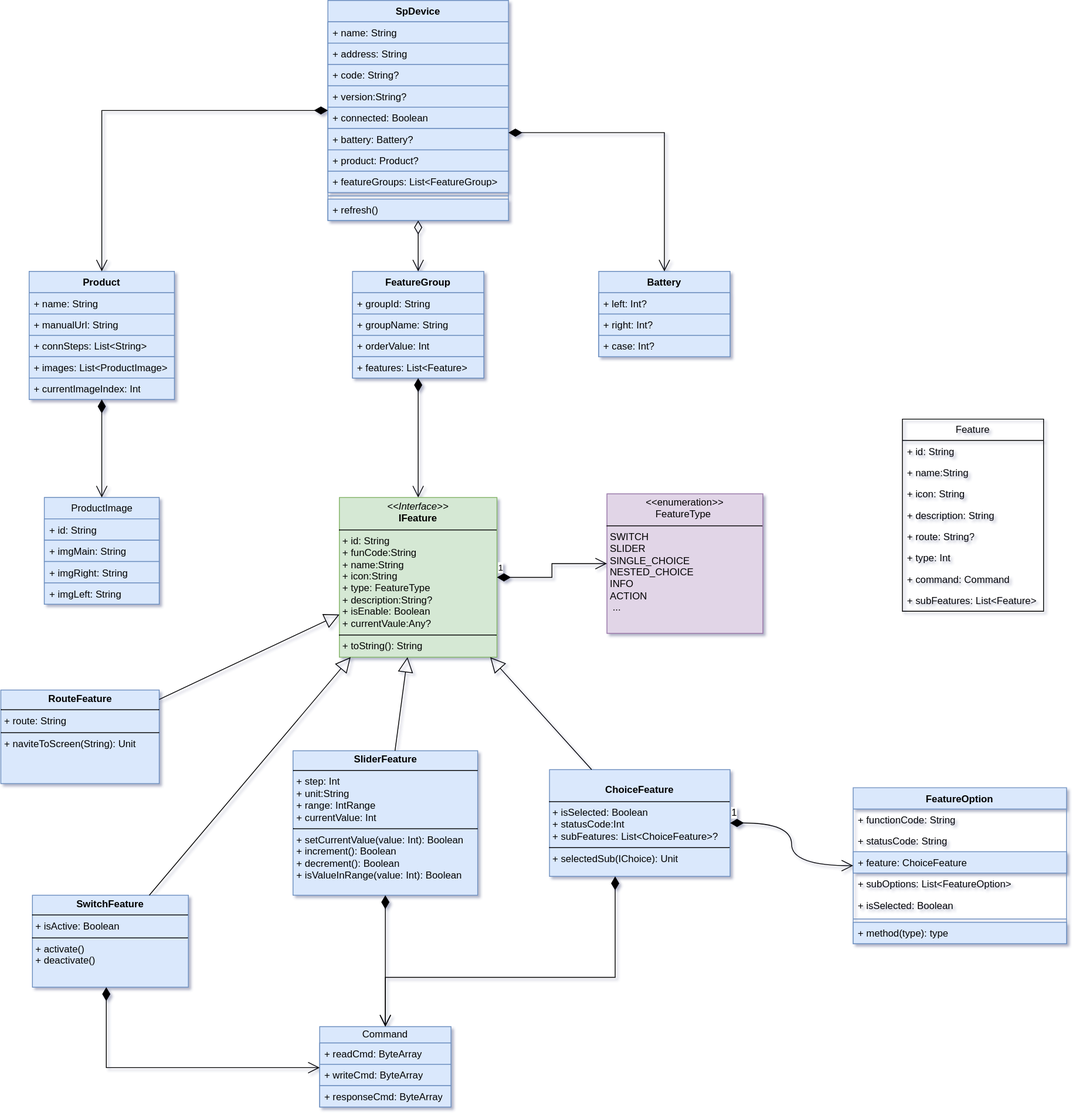
Earlier version of the draw.io export sp-device.drawio.svg (kekemao00/draw-libs). Source tidied: cells renumbered, new cells last; positions are measured from the earlier drawing's top-left corner, leaving out a move shared by most shapes.
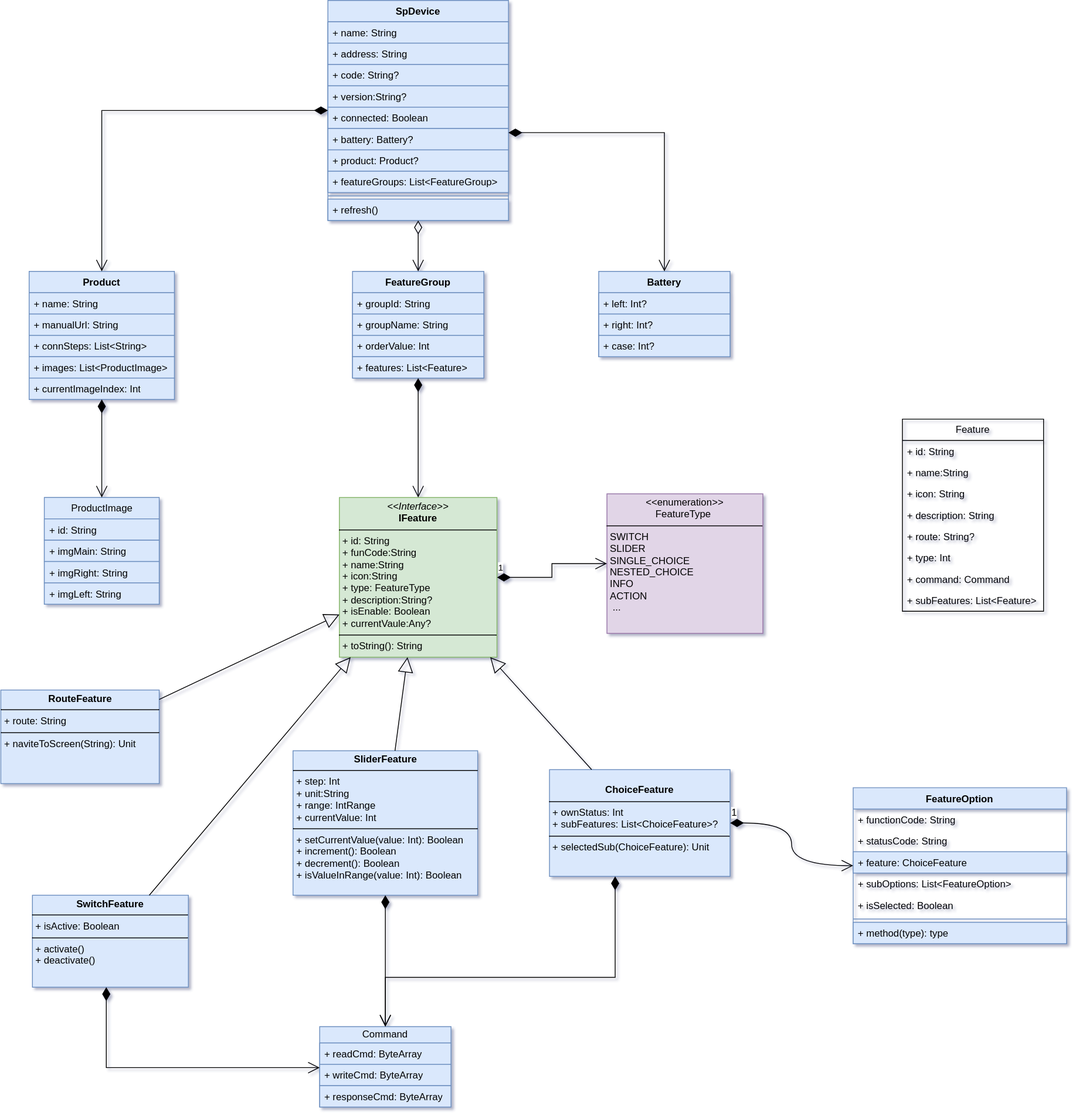
The same file after the commit.

What changed in the source:
```diff
@@ -140,7 +140,7 @@
     <mxCell id="47" value="&lt;p style=&quot;margin:0px;margin-top:4px;text-align:center;&quot;&gt;&lt;b&gt;RouteFeature&lt;/b&gt;&lt;/p&gt;&lt;hr size=&quot;1&quot; style=&quot;border-style:solid;&quot;&gt;&lt;p style=&quot;margin:0px;margin-left:4px;&quot;&gt;+ route: String&lt;/p&gt;&lt;hr size=&quot;1&quot; style=&quot;border-style:solid;&quot;&gt;&lt;p style=&quot;margin:0px;margin-left:4px;&quot;&gt;+ naviteToScreen(String): Unit&lt;br&gt;&lt;/p&gt;" style="verticalAlign=top;align=left;overflow=fill;html=1;whiteSpace=wrap;fillColor=#dae8fc;strokeColor=#6c8ebf;" parent="1" vertex="1">
       <mxGeometry x="-0.5" y="840" width="193" height="114" as="geometry" />
     </mxCell>
-    <mxCell id="48" value="&lt;p style=&quot;margin:0px;margin-top:4px;text-align:center;&quot;&gt;&lt;br&gt;&lt;b&gt;ChoiceFeature&lt;/b&gt;&lt;/p&gt;&lt;hr size=&quot;1&quot; style=&quot;border-style:solid;&quot;&gt;&lt;p style=&quot;margin:0px;margin-left:4px;&quot;&gt;+ isSelected: Boolean&lt;br&gt;+ statusCode:Int&lt;br&gt;+ subFeatures: List&amp;lt;ChoiceFeature&amp;gt;?&lt;/p&gt;&lt;hr size=&quot;1&quot; style=&quot;border-style:solid;&quot;&gt;&lt;p style=&quot;margin:0px;margin-left:4px;&quot;&gt;+ selectedSub(IChoice): Unit&lt;br&gt;&lt;/p&gt;" style="verticalAlign=top;align=left;overflow=fill;html=1;whiteSpace=wrap;fillColor=#dae8fc;strokeColor=#6c8ebf;" parent="1" vertex="1">
+    <mxCell id="48" value="&lt;p style=&quot;margin:0px;margin-top:4px;text-align:center;&quot;&gt;&lt;br&gt;&lt;b&gt;ChoiceFeature&lt;/b&gt;&lt;/p&gt;&lt;hr size=&quot;1&quot; style=&quot;border-style:solid;&quot;&gt;&lt;p style=&quot;margin:0px;margin-left:4px;&quot;&gt;+ ownStatus: Int&lt;br&gt;+ subFeatures: List&amp;lt;ChoiceFeature&amp;gt;?&lt;/p&gt;&lt;hr size=&quot;1&quot; style=&quot;border-style:solid;&quot;&gt;&lt;p style=&quot;margin:0px;margin-left:4px;&quot;&gt;+ selectedSub(ChoiceFeature): Unit&lt;br&gt;&lt;/p&gt;" style="verticalAlign=top;align=left;overflow=fill;html=1;whiteSpace=wrap;fillColor=#dae8fc;strokeColor=#6c8ebf;" parent="1" vertex="1">
       <mxGeometry x="668" y="937" width="220" height="130" as="geometry" />
     </mxCell>
     <mxCell id="49" value="&lt;p style=&quot;margin:0px;margin-top:4px;text-align:center;&quot;&gt;&lt;b&gt;SwitchFeature&lt;/b&gt;&lt;/p&gt;&lt;hr size=&quot;1&quot; style=&quot;border-style:solid;&quot;&gt;&lt;p style=&quot;margin:0px;margin-left:4px;&quot;&gt;+ isActive: Boolean&lt;br&gt;&lt;/p&gt;&lt;hr size=&quot;1&quot; style=&quot;border-style:solid;&quot;&gt;&lt;p style=&quot;margin:0px;margin-left:4px;&quot;&gt;+ activate()&lt;br&gt;+ deactivate()&lt;/p&gt;" style="verticalAlign=top;align=left;overflow=fill;html=1;whiteSpace=wrap;fillColor=#dae8fc;strokeColor=#6c8ebf;" parent="1" vertex="1">
```
